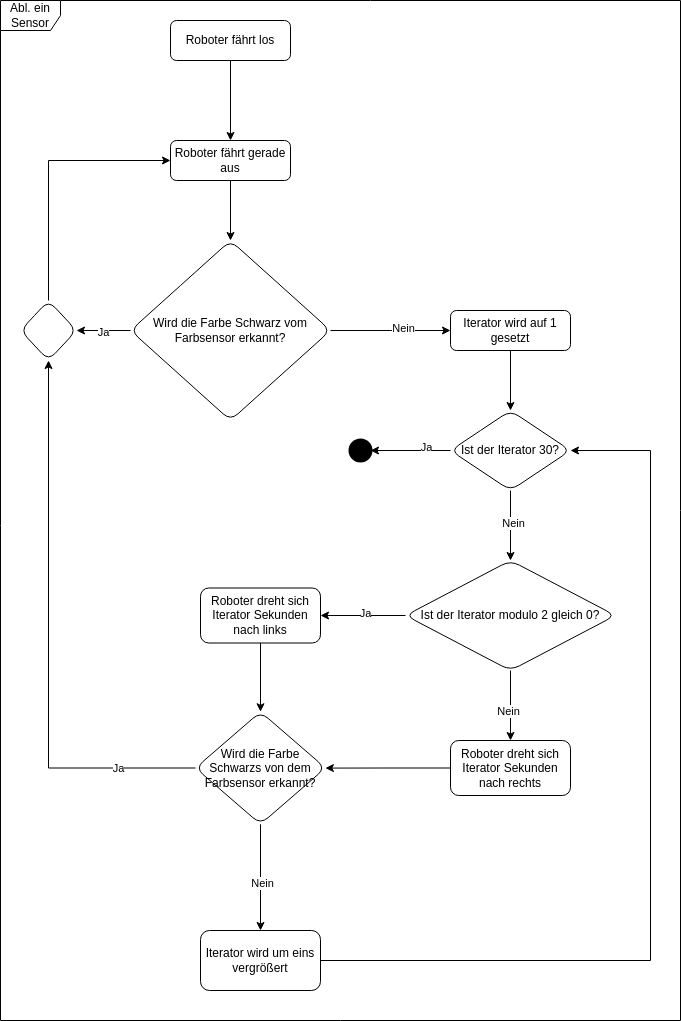
Above: OneSensor.drawio.png in Vin1X/Lego-Spike-Movement (draw.io), before the change. Source tidied: cells renumbered, new cells last; positions are measured from the earlier drawing's top-left corner, leaving out a move shared by most shapes.
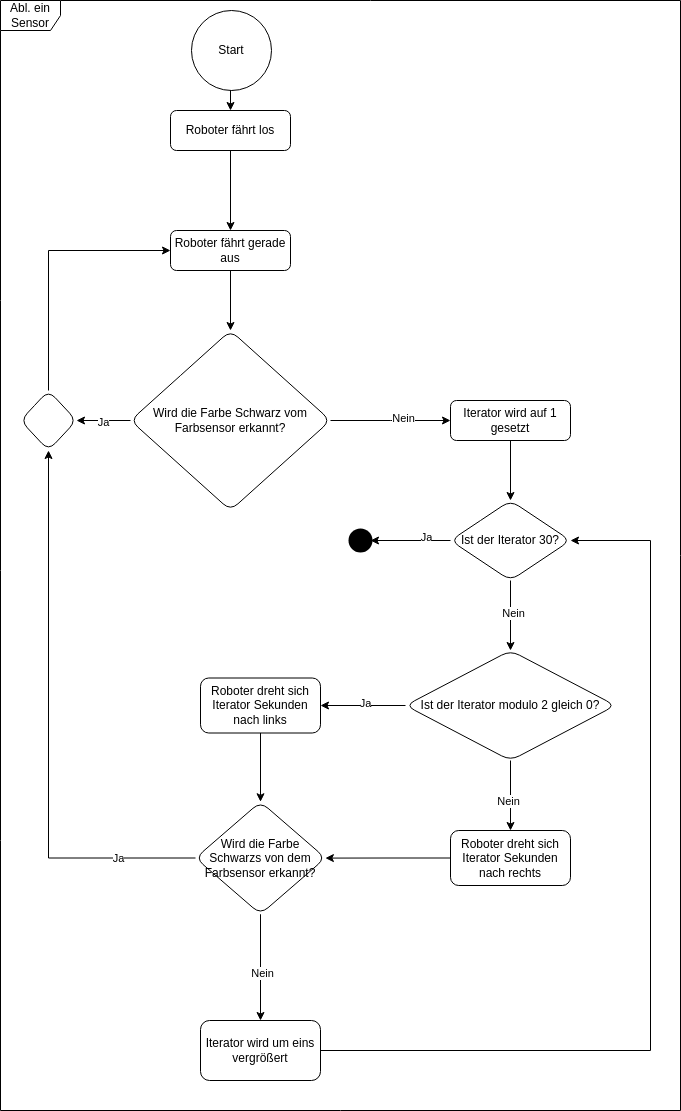
After the commit.

Commit message:
update all diagrams

Diff of the diagram source:
```diff
@@ -117,7 +117,13 @@
       <mxGeometry x="20" y="300" width="56" height="60" as="geometry" />
     </mxCell>
     <mxCell id="37" value="Abl. ein Sensor" style="shape=umlFrame;whiteSpace=wrap;html=1;" parent="1" vertex="1">
-      <mxGeometry width="680" height="1020" as="geometry" />
+      <mxGeometry y="-90" width="680" height="1110" as="geometry" />
     </mxCell>
+    <mxCell id="38" style="edgeStyle=orthogonalEdgeStyle;rounded=0;jettySize=auto;html=1;exitX=0.5;exitY=1;exitDx=0;exitDy=0;entryX=0.5;entryY=0;entryDx=0;entryDy=0;" parent="1" edge="1" source="39" target="3">
+      <mxGeometry relative="1" as="geometry" />
+    </mxCell>
+    <mxCell id="39" value="Start" style="ellipse;whiteSpace=wrap;html=1;" parent="1" vertex="1">
+      <mxGeometry x="191" y="-80" width="80" height="80" as="geometry" />
+    </mxCell>
   </root>
 </mxGraphModel>
```
